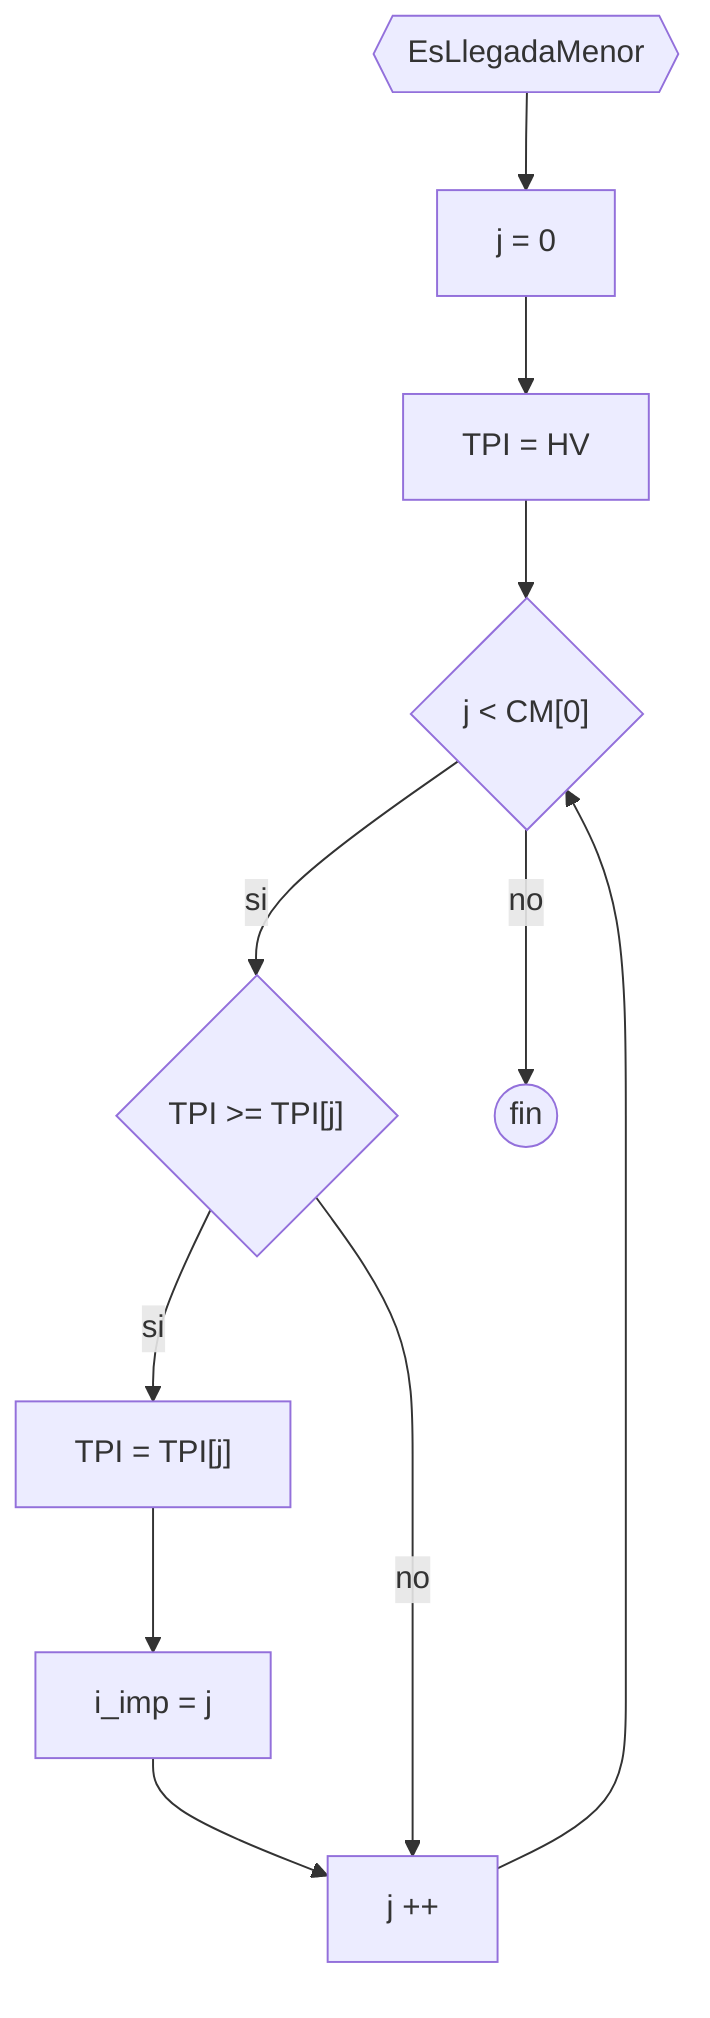
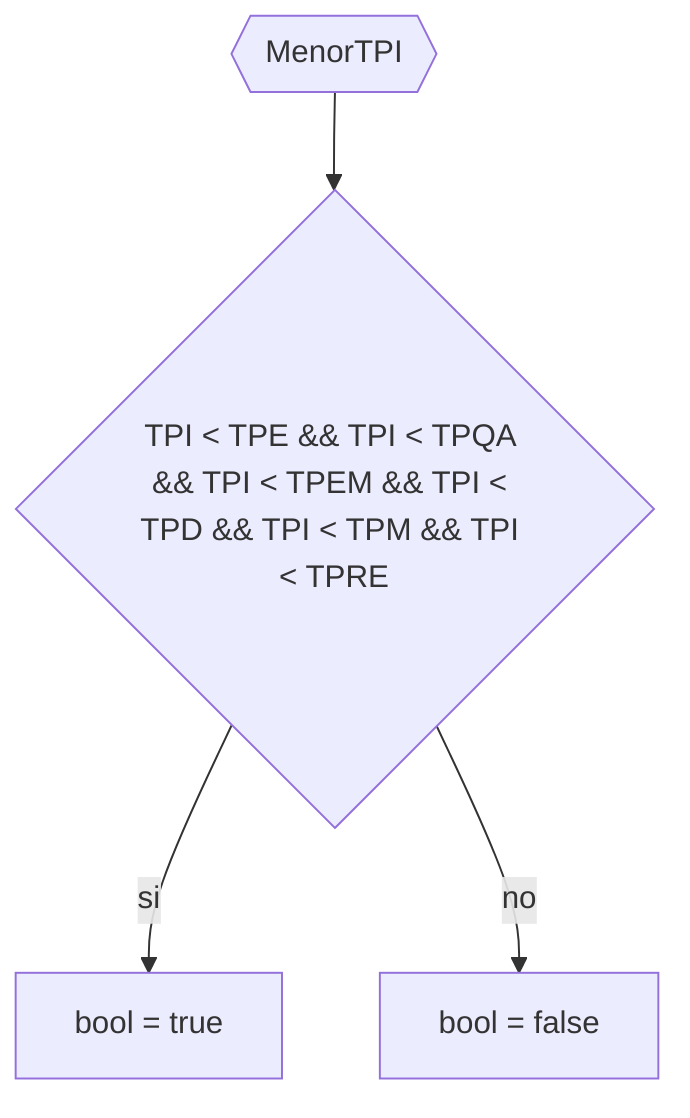
flowchart TD
-     aa{{EsLlegadaMenor}} --> bb[j = 0] --> tpi[TPI = HV] --> iff{"j < CM[0]"}
-     iff --> |si| if1{"TPI >= TPI[j]"}
-     if1 --> |si| a1["TPI = TPI[j]"] --> a2[i_imp = j] --> cc[j ++] --> iff
-     if1 --> |no| cc
-     iff --> |no| a4((fin))
+     aa{{MenorTPI}} --> if0{"TPI < TPE && TPI < TPQA && TPI < TPEM && TPI < TPD && TPI < TPM && TPI < TPRE"}
+     if0 --> |si| a[bool = true]
+     if0 --> |no| a1[bool = false]

+ %% TODOS los menor EsMenorTPx es lo mismo

- 
